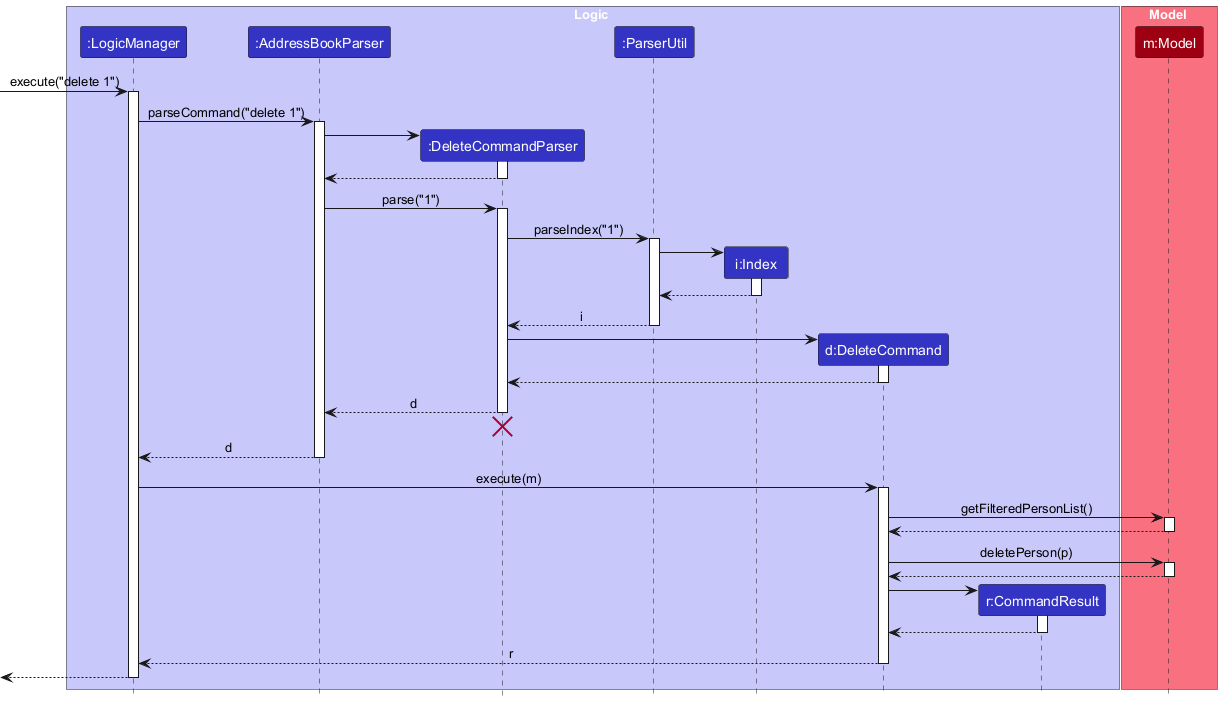
The PlantUML diagram docs/images/DeleteSequenceDiagram.png in nus-cs2103-AY2425S1/tp, before a commit.
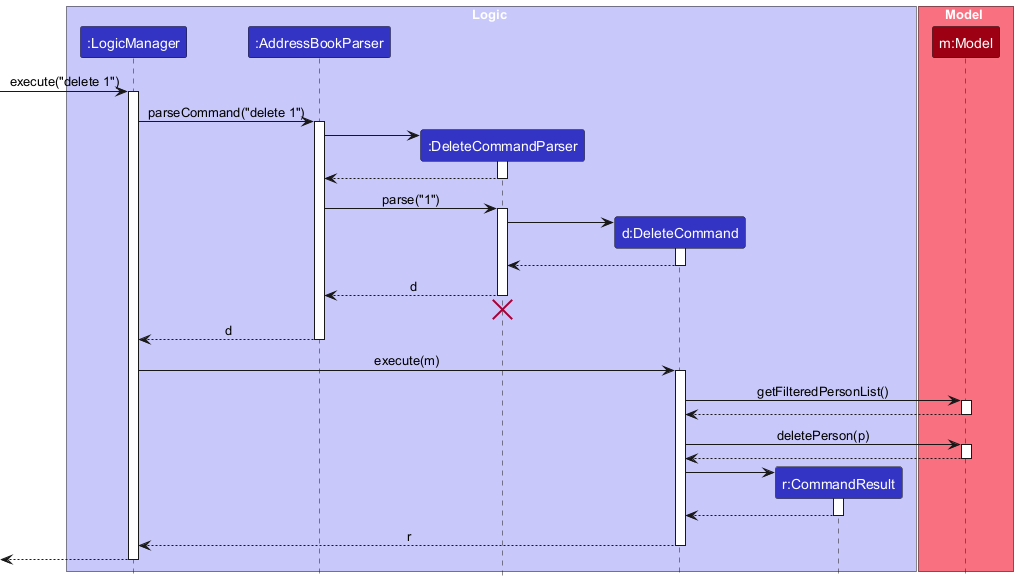
Above is the later version.

Commit message:
Remove parseutil from sequence diagram

The edit, as a diff of the source:
```diff
@@ -6,8 +6,6 @@
 participant ":LogicManager" as LogicManager LOGIC_COLOR
 participant ":AddressBookParser" as AddressBookParser LOGIC_COLOR
 participant ":DeleteCommandParser" as DeleteCommandParser LOGIC_COLOR
-participant ":ParserUtil" as ParserUtil LOGIC_COLOR
-participant "i:Index" as Index LOGIC_COLOR
 participant "d:DeleteCommand" as DeleteCommand LOGIC_COLOR
 participant "r:CommandResult" as CommandResult LOGIC_COLOR
 
@@ -32,19 +30,6 @@
 
 AddressBookParser -> DeleteCommandParser : parse("1")
 activate DeleteCommandParser
-
-DeleteCommandParser -> ParserUtil : parseIndex("1")
-activate ParserUtil
-
-create Index
-ParserUtil -> Index
-activate Index
-
-Index --> ParserUtil
-deactivate Index
-
-ParserUtil --> DeleteCommandParser: i
-deactivate ParserUtil
 
 create DeleteCommand
 DeleteCommandParser -> DeleteCommand
```
